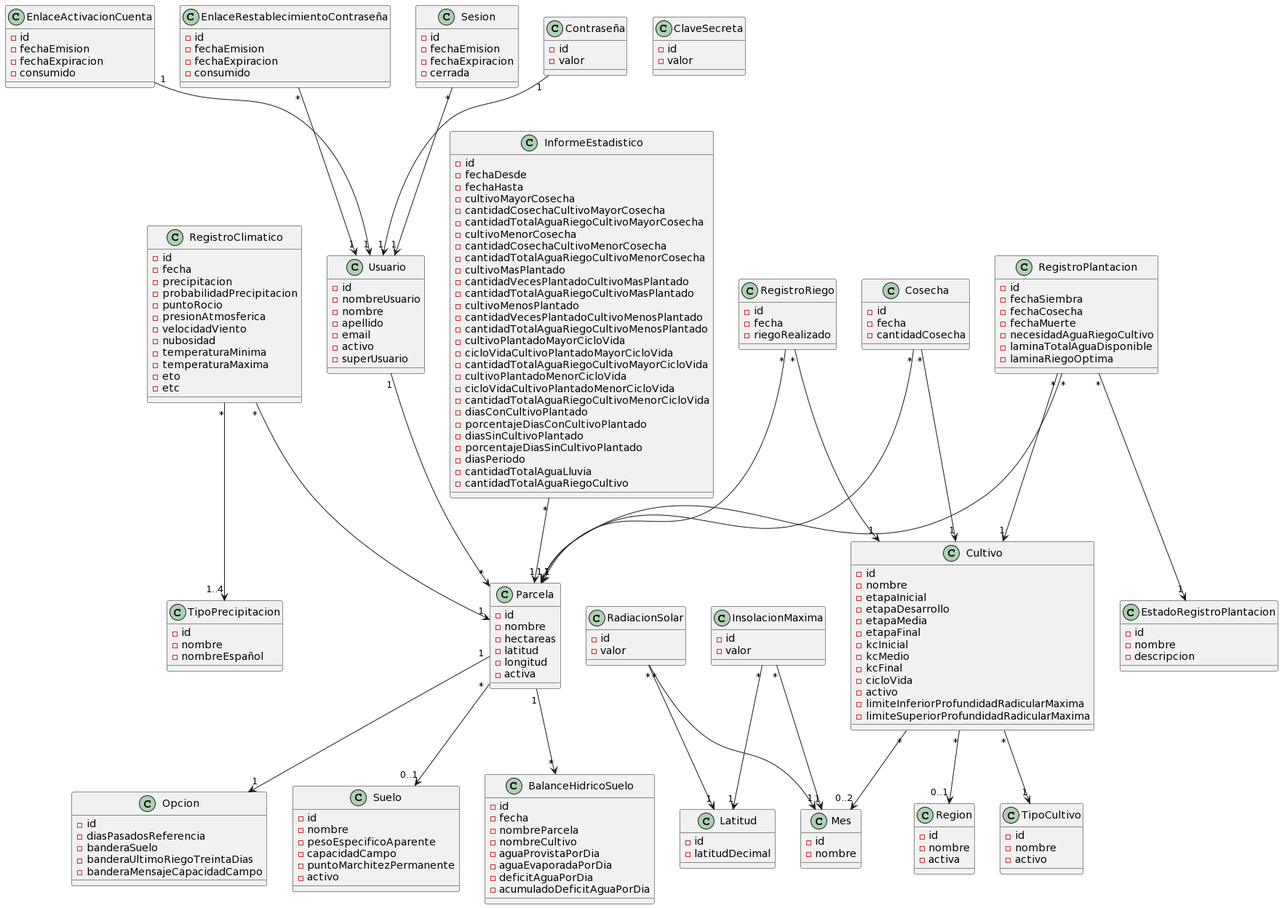
This is docs/domain model/Modelo de dominio.png from facundopaez-dev/sistema-web-riego, a PlantUML export, as it was before one commit.
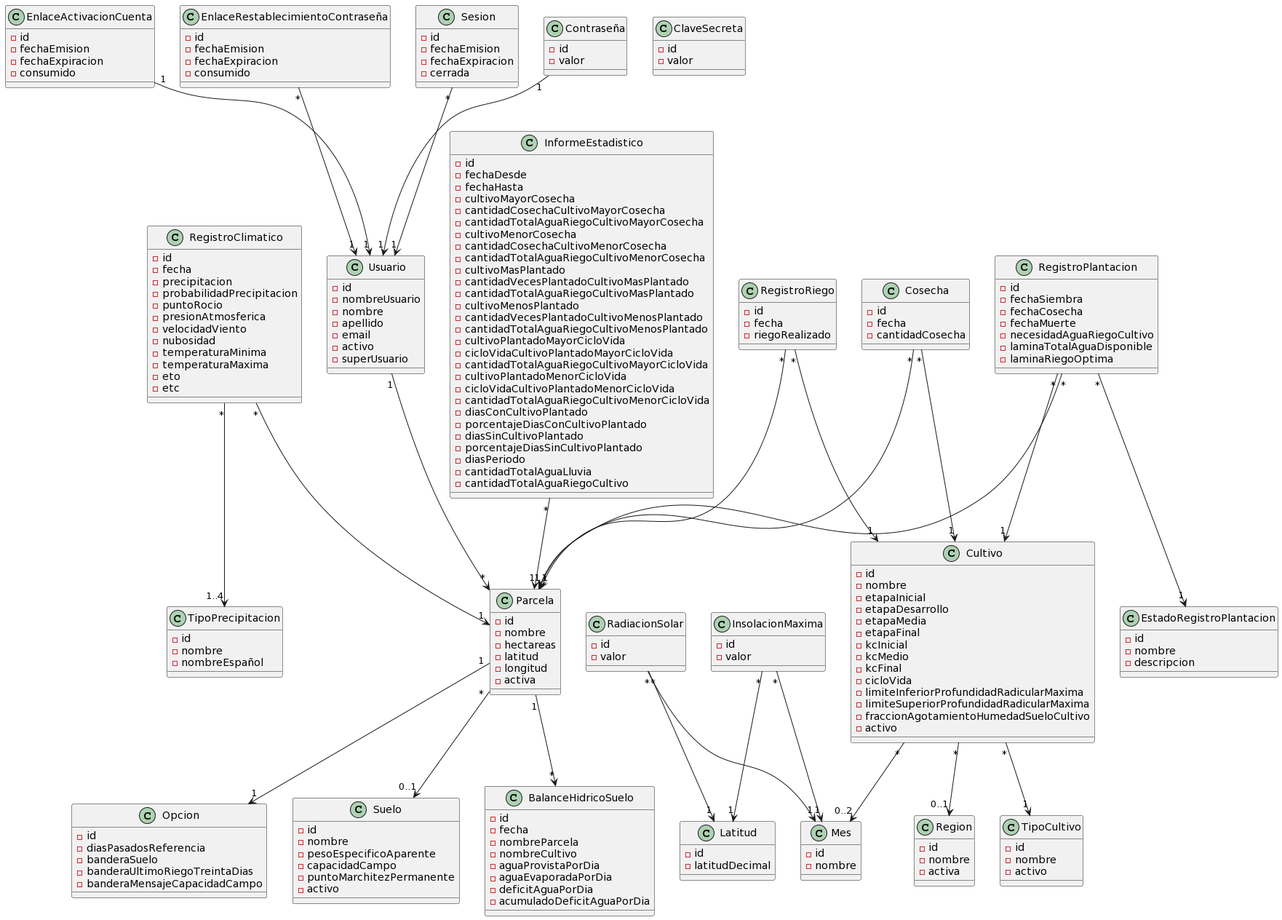
After the commit.

The edit, as a diff of the source:
```diff
@@ -82,9 +82,10 @@
 -kcMedio
 -kcFinal
 -cicloVida
--activo
 -limiteInferiorProfundidadRadicularMaxima
 -limiteSuperiorProfundidadRadicularMaxima
+-fraccionAgotamientoHumedadSueloCultivo
+-activo
 }
 
 class TipoCultivo {
```
